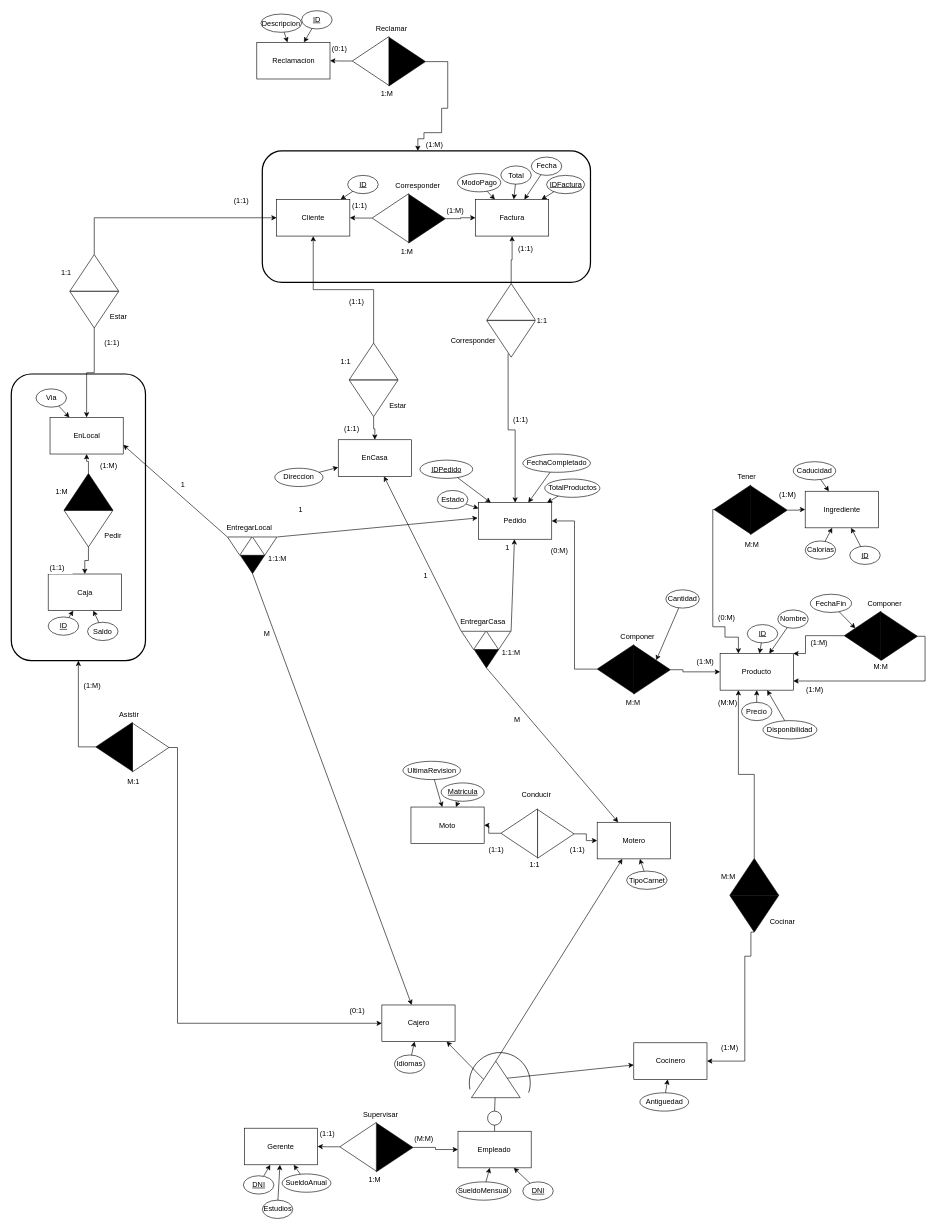
Above: page "MAIN" (1 of 5) of Parte 1/Copia de ER.drawio in DevXoje/ProyectoBBDD (draw.io), before the change. Source tidied: cells renumbered, new cells numbered last; positions are measured from the earlier drawing's top-left corner, leaving out a move shared by most shapes. Both pictures are drawn from the tidied source at 61%, with x=0, y=0 at pixel (11, 10).
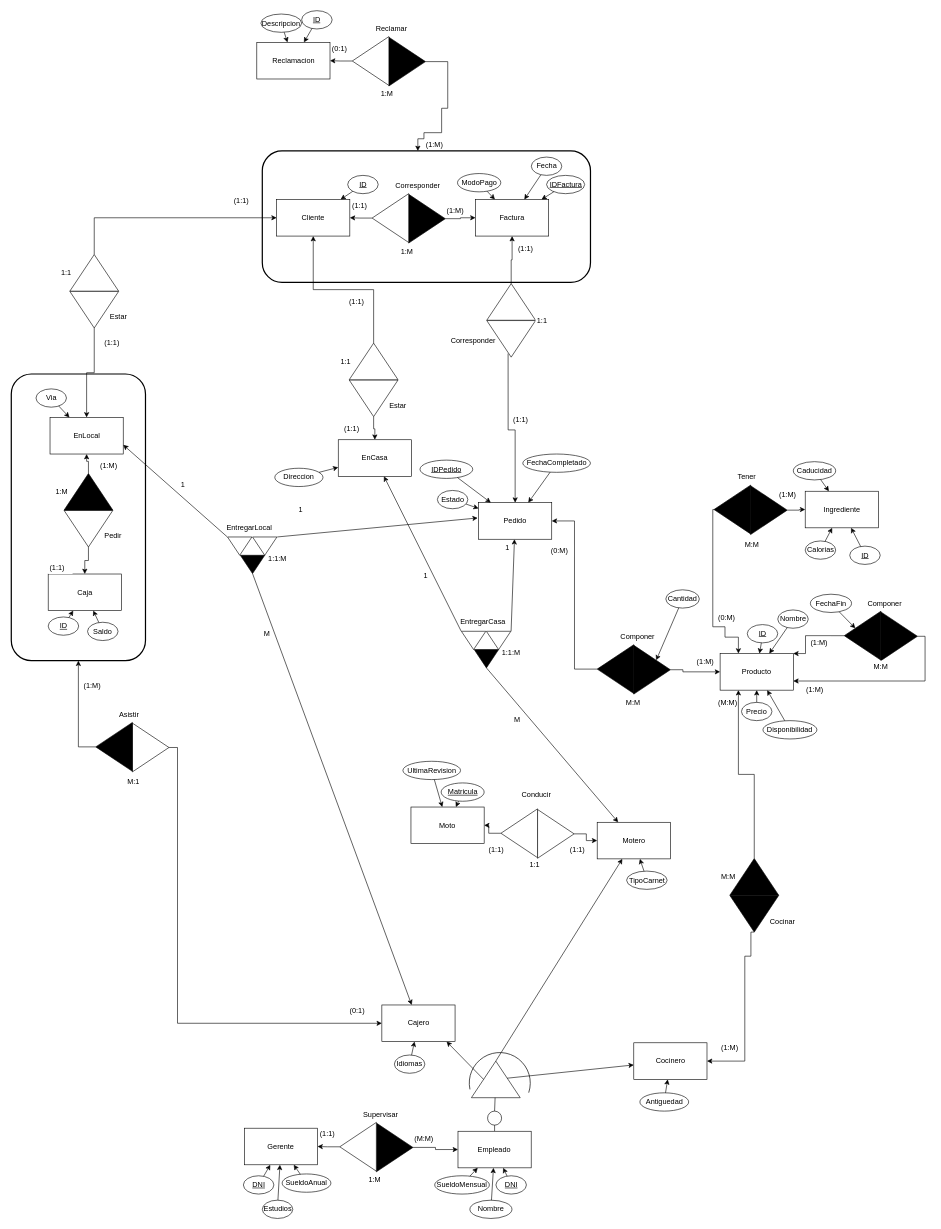
The same diagram, later.

The change refers to these unchanged cells:
```xml
<mxCell id="18" value="Pedido" style="rounded=0;whiteSpace=wrap;html=1;strokeColor=#000000;fillColor=#ffffff;" parent="1" vertex="1">
  <mxGeometry x="766" y="806.5" width="120" height="60" as="geometry" />
</mxCell>
<mxCell id="27" value="Factura" style="rounded=0;whiteSpace=wrap;html=1;strokeColor=#000000;fillColor=#ffffff;" parent="1" vertex="1">
  <mxGeometry x="761" y="309.5" width="120" height="60" as="geometry" />
</mxCell>
<mxCell id="104" value="Empleado" style="rounded=0;whiteSpace=wrap;html=1;strokeColor=#000000;fillColor=#ffffff;" parent="1" vertex="1">
  <mxGeometry x="732.3" y="1837" width="120" height="60" as="geometry" />
</mxCell>
```

The edit, as a diff of the source:
```diff
@@
-    <mxCell id="19" value="TotalProductos" style="ellipse;whiteSpace=wrap;html=1;strokeColor=#000000;fillColor=#ffffff;" parent="1" vertex="1">
-      <mxGeometry x="874.5" y="767.8" width="90.5" height="30" as="geometry" />
-    </mxCell>
@@
-    <mxCell id="22" style="endArrow=classic;html=1;strokeColor=#000000;" parent="1" edge="1" source="19" target="18">
-      <mxGeometry relative="1" as="geometry" />
-    </mxCell>
@@
-    <mxCell id="32" value="Total" style="ellipse;whiteSpace=wrap;html=1;strokeColor=#000000;fillColor=#ffffff;" parent="1" vertex="1">
-      <mxGeometry x="802.5" y="254.5" width="50" height="30" as="geometry" />
-    </mxCell>
-    <mxCell id="33" style="endArrow=classic;html=1;strokeColor=#000000;" parent="1" edge="1" source="32" target="27">
-      <mxGeometry relative="1" as="geometry" />
-    </mxCell>
@@
     <mxCell id="105" value="SueldoMensual" style="ellipse;whiteSpace=wrap;html=1;strokeColor=#000000;fillColor=#ffffff;" parent="1" vertex="1">
-      <mxGeometry x="729.4" y="1920" width="89.7" height="30" as="geometry" />
+      <mxGeometry x="694.1" y="1910" width="89.7" height="30" as="geometry" />
     </mxCell>
     <mxCell id="106" value="&lt;u&gt;DNI&lt;/u&gt;" style="ellipse;whiteSpace=wrap;html=1;strokeColor=#000000;fillColor=#ffffff;" parent="1" vertex="1">
-      <mxGeometry x="838.5" y="1920" width="50" height="30" as="geometry" />
+      <mxGeometry x="794.5" y="1910" width="50" height="30" as="geometry" />
     </mxCell>
@@
+    <mxCell id="222" value="Nombre" style="ellipse;whiteSpace=wrap;html=1;strokeColor=#000000;fillColor=#ffffff;" parent="1" vertex="1">
+      <mxGeometry x="751.8" y="1950" width="69" height="30" as="geometry" />
+    </mxCell>
+    <mxCell id="223" style="endArrow=classic;html=1;strokeColor=#000000;" parent="1" edge="1" source="222" target="104">
+      <mxGeometry relative="1" as="geometry" />
+    </mxCell>
```
